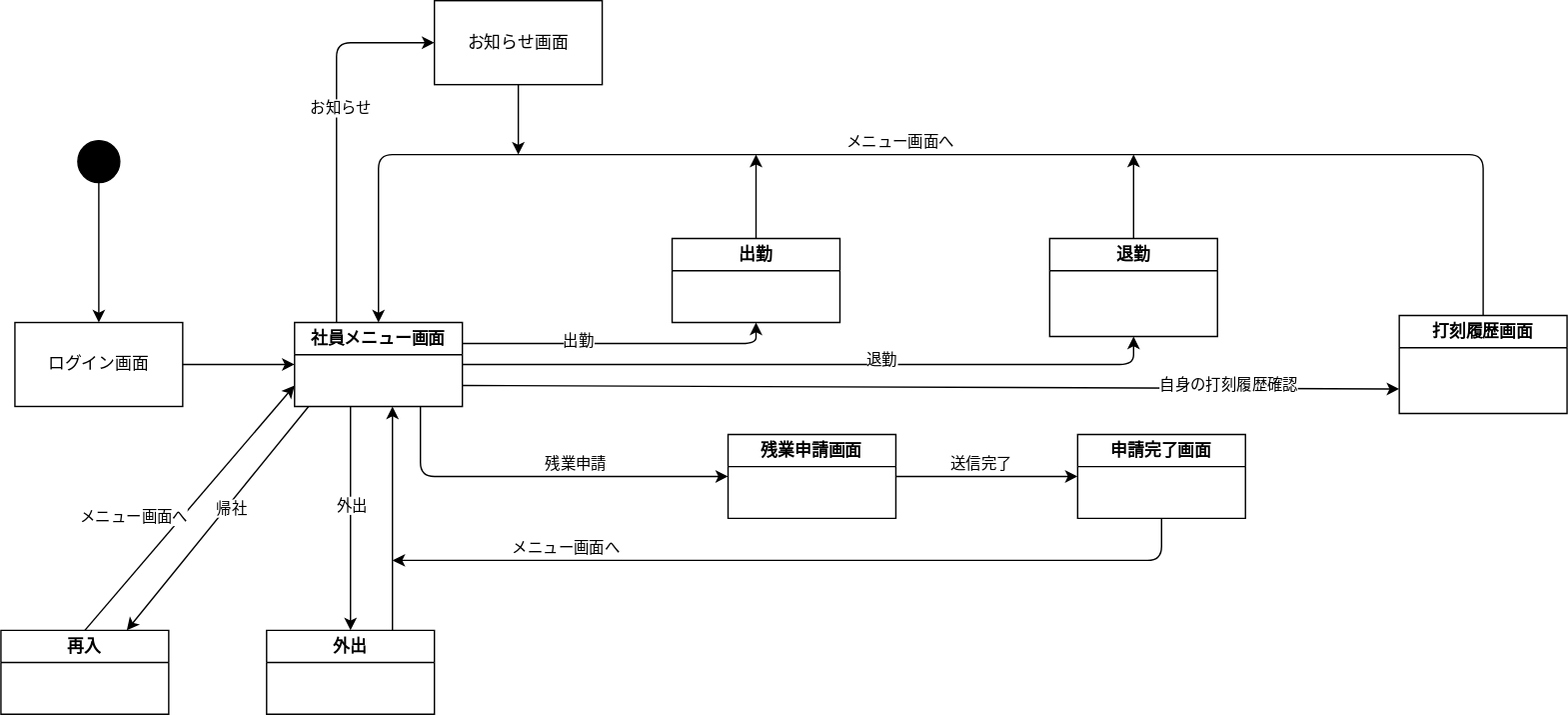
hosoya0503/uml-intro keeps this draw.io diagram as pro画面.drawio.svg. Above is the earlier version. Source tidied: cells renumbered, new cells last; positions are measured from the earlier drawing's top-left corner, leaving out a move shared by most shapes.
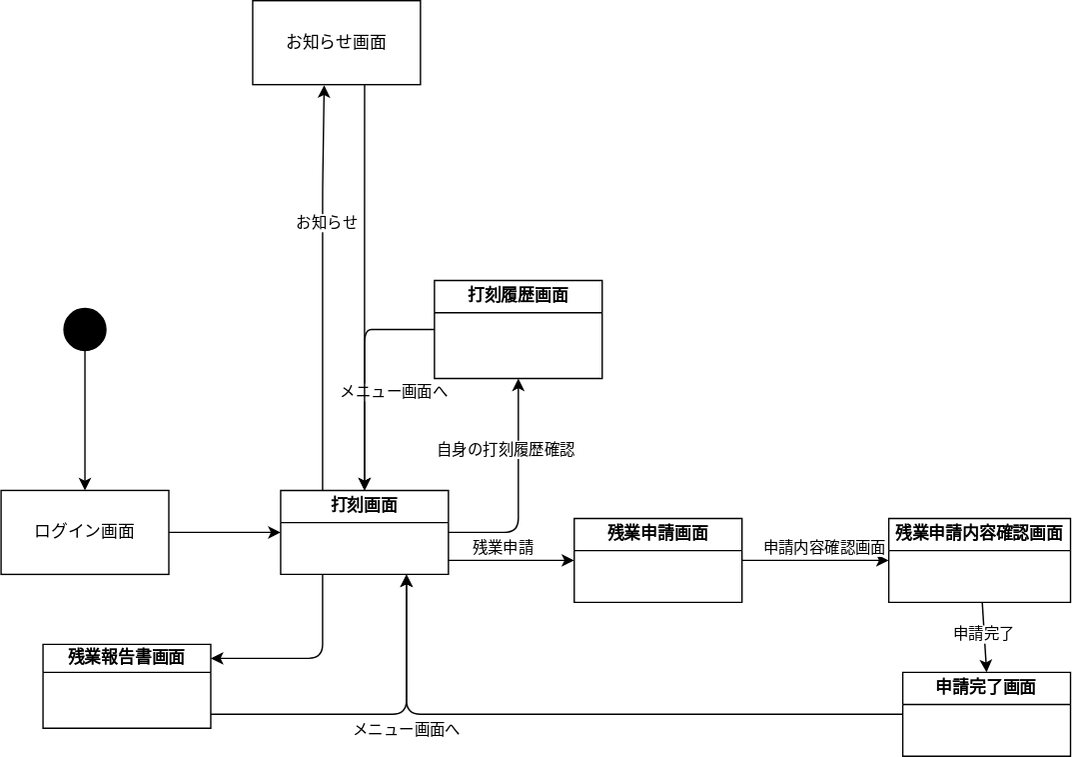
Above is the later version.

What changed in the source:
```diff
@@ -8,39 +8,21 @@
     <mxCell id="3" style="endArrow=classic;html=1;exitX=1;exitY=0.5;exitDx=0;exitDy=0;entryX=0;entryY=0.5;entryDx=0;entryDy=0;" parent="1" edge="1" source="2" target="38">
       <mxGeometry relative="1" as="geometry" />
     </mxCell>
-    <mxCell id="4" style="edgeStyle=none;html=1;exitX=1;exitY=0.25;exitDx=0;exitDy=0;entryX=0.5;entryY=1;entryDx=0;entryDy=0;" parent="1" edge="1" source="38" target="21">
-      <mxGeometry relative="1" as="geometry">
-        <Array as="points">
-          <mxPoint x="450" y="245" />
-          <mxPoint x="540" y="245" />
-        </Array>
-      </mxGeometry>
-    </mxCell>
-    <mxCell id="5" value="出勤" style="edgeLabel;html=1;align=center;verticalAlign=middle;" parent="4" vertex="1">
-      <mxGeometry x="-0.27" y="3" relative="1" as="geometry" />
-    </mxCell>
-    <mxCell id="6" style="edgeStyle=none;html=1;entryX=0.5;entryY=1;entryDx=0;entryDy=0;exitX=1;exitY=0.5;exitDx=0;exitDy=0;" parent="1" edge="1" source="38" target="20">
-      <mxGeometry relative="1" as="geometry">
-        <Array as="points">
-          <mxPoint x="600" y="260" />
-          <mxPoint x="810" y="260" />
-        </Array>
-      </mxGeometry>
-    </mxCell>
-    <mxCell id="7" value="退勤" style="edgeLabel;html=1;align=center;verticalAlign=middle;" parent="6" vertex="1">
-      <mxGeometry x="0.2" y="4" relative="1" as="geometry" />
-    </mxCell>
-    <mxCell id="8" style="edgeStyle=none;html=1;entryX=0;entryY=0.75;entryDx=0;entryDy=0;exitX=1;exitY=0.75;exitDx=0;exitDy=0;" parent="1" edge="1" source="38" target="22">
-      <mxGeometry relative="1" as="geometry" />
+    <mxCell id="8" style="edgeStyle=none;html=1;entryX=0.5;entryY=1;entryDx=0;entryDy=0;exitX=1;exitY=0.5;exitDx=0;exitDy=0;" parent="1" edge="1" source="38" target="22">
+      <mxGeometry relative="1" as="geometry">
+        <Array as="points">
+          <mxPoint x="380" y="260" />
+        </Array>
+      </mxGeometry>
     </mxCell>
     <mxCell id="9" value="自身の打刻履歴確認" style="edgeLabel;html=1;align=center;verticalAlign=middle;" parent="8" vertex="1">
-      <mxGeometry x="0.63" y="3" relative="1" as="geometry" />
+      <mxGeometry x="0.63" y="3" relative="1" as="geometry">
+        <mxPoint x="-7" y="20" as="offset" />
+      </mxGeometry>
     </mxCell>
-    <mxCell id="10" style="edgeStyle=none;html=1;entryX=0;entryY=0.5;entryDx=0;entryDy=0;exitX=0.75;exitY=1;exitDx=0;exitDy=0;" parent="1" edge="1" source="38" target="30">
+    <mxCell id="10" style="edgeStyle=none;html=1;entryX=0;entryY=0.5;entryDx=0;entryDy=0;" parent="1" edge="1" target="30">
       <mxGeometry relative="1" as="geometry">
-        <Array as="points">
-          <mxPoint x="300" y="340" />
-        </Array>
+        <mxPoint x="330" y="280" as="sourcePoint" />
       </mxGeometry>
     </mxCell>
     <mxCell id="11" value="残業申請" style="edgeLabel;html=1;align=center;verticalAlign=middle;" parent="10" vertex="1">
@@ -48,129 +30,108 @@
         <mxPoint x="-23" y="-10" as="offset" />
       </mxGeometry>
     </mxCell>
-    <mxCell id="12" style="edgeStyle=none;html=1;entryX=0.5;entryY=0;entryDx=0;entryDy=0;" parent="1" edge="1" target="24">
-      <mxGeometry relative="1" as="geometry">
-        <mxPoint x="250" y="290" as="sourcePoint" />
-      </mxGeometry>
-    </mxCell>
-    <mxCell id="13" value="外出" style="edgeLabel;html=1;align=center;verticalAlign=middle;" parent="12" vertex="1">
-      <mxGeometry x="-0.31" y="-2" relative="1" as="geometry">
-        <mxPoint x="2" y="15" as="offset" />
-      </mxGeometry>
-    </mxCell>
-    <mxCell id="14" style="edgeStyle=none;html=1;exitX=0.5;exitY=0;exitDx=0;exitDy=0;entryX=0.5;entryY=0;entryDx=0;entryDy=0;" parent="1" edge="1" source="22" target="38">
+    <mxCell id="14" style="edgeStyle=none;html=1;exitX=0;exitY=0.5;exitDx=0;exitDy=0;entryX=0.5;entryY=0;entryDx=0;entryDy=0;" parent="1" edge="1" source="22" target="38">
       <mxGeometry relative="1" as="geometry">
         <Array as="points">
-          <mxPoint x="1060" y="110" />
-          <mxPoint x="750" y="110" />
-          <mxPoint x="270" y="110" />
+          <mxPoint x="290" y="115" />
+          <mxPoint x="270" y="115" />
+          <mxPoint x="270" y="190" />
         </Array>
       </mxGeometry>
     </mxCell>
     <mxCell id="15" value="メニュー画面へ&lt;br&gt;" style="edgeLabel;html=1;align=center;verticalAlign=middle;" parent="14" vertex="1">
       <mxGeometry x="0.07" y="1" relative="1" as="geometry">
-        <mxPoint x="15" y="-11" as="offset" />
+        <mxPoint x="19" y="6" as="offset" />
       </mxGeometry>
     </mxCell>
-    <mxCell id="16" style="edgeStyle=none;html=1;exitX=0.5;exitY=0;exitDx=0;exitDy=0;" parent="1" edge="1" source="21">
-      <mxGeometry relative="1" as="geometry">
-        <mxPoint x="540" y="110" as="targetPoint" />
-      </mxGeometry>
-    </mxCell>
-    <mxCell id="17" style="edgeStyle=none;html=1;exitX=0.5;exitY=0;exitDx=0;exitDy=0;" parent="1" edge="1" source="20">
-      <mxGeometry relative="1" as="geometry">
-        <mxPoint x="810" y="110" as="targetPoint" />
-      </mxGeometry>
-    </mxCell>
     <mxCell id="18" style="edgeStyle=none;html=1;entryX=0.5;entryY=0;entryDx=0;entryDy=0;" parent="1" edge="1" source="19" target="2">
       <mxGeometry relative="1" as="geometry" />
     </mxCell>
     <mxCell id="19" style="ellipse;whiteSpace=wrap;html=1;fillColor=#000000;" parent="1" vertex="1">
       <mxGeometry x="55" y="100" width="30" height="30" as="geometry" />
     </mxCell>
-    <mxCell id="20" value="退勤" style="swimlane;whiteSpace=wrap;html=1;" parent="1" vertex="1">
-      <mxGeometry x="750" y="170" width="120" height="70" as="geometry" />
-    </mxCell>
-    <mxCell id="21" value="出勤" style="swimlane;whiteSpace=wrap;html=1;" parent="1" vertex="1">
-      <mxGeometry x="480" y="170" width="120" height="60" as="geometry" />
-    </mxCell>
     <mxCell id="22" value="打刻履歴画面" style="swimlane;whiteSpace=wrap;html=1;" parent="1" vertex="1">
-      <mxGeometry x="1000" y="225" width="120" height="70" as="geometry" />
+      <mxGeometry x="320" y="80" width="120" height="70" as="geometry" />
     </mxCell>
-    <mxCell id="23" style="edgeStyle=none;html=1;exitX=0.75;exitY=0;exitDx=0;exitDy=0;" parent="1" edge="1" source="24">
-      <mxGeometry relative="1" as="geometry">
-        <mxPoint x="280" y="290" as="targetPoint" />
-      </mxGeometry>
-    </mxCell>
-    <mxCell id="24" value="外出" style="swimlane;whiteSpace=wrap;html=1;startSize=23;" parent="1" vertex="1">
-      <mxGeometry x="190" y="450" width="120" height="60" as="geometry" />
-    </mxCell>
-    <mxCell id="25" style="edgeStyle=none;html=1;entryX=0;entryY=0.75;entryDx=0;entryDy=0;exitX=0.5;exitY=0;exitDx=0;exitDy=0;" parent="1" edge="1" source="27" target="38">
-      <mxGeometry relative="1" as="geometry" />
-    </mxCell>
-    <mxCell id="26" value="メニュー画面へ" style="edgeLabel;html=1;align=center;verticalAlign=middle;" parent="25" vertex="1">
-      <mxGeometry x="-0.2" y="2" relative="1" as="geometry">
-        <mxPoint x="-24" y="-10" as="offset" />
-      </mxGeometry>
-    </mxCell>
-    <mxCell id="27" value="再入" style="swimlane;whiteSpace=wrap;html=1;startSize=23;" parent="1" vertex="1">
-      <mxGeometry y="450" width="120" height="60" as="geometry" />
-    </mxCell>
-    <mxCell id="28" style="edgeStyle=none;html=1;entryX=0;entryY=0.5;entryDx=0;entryDy=0;" parent="1" edge="1" source="30" target="33">
-      <mxGeometry relative="1" as="geometry" />
-    </mxCell>
-    <mxCell id="29" value="送信完了" style="edgeLabel;html=1;align=center;verticalAlign=middle;" parent="28" vertex="1">
-      <mxGeometry x="0.46" y="-2" relative="1" as="geometry">
-        <mxPoint x="-35" y="-12" as="offset" />
-      </mxGeometry>
-    </mxCell>
+    <mxCell id="41" style="edgeStyle=none;html=1;entryX=0;entryY=0.5;entryDx=0;entryDy=0;" parent="1" edge="1" source="30" target="48">
+      <mxGeometry relative="1" as="geometry" />
+    </mxCell>
+    <mxCell id="42" value="申請内容確認画面" style="edgeLabel;html=1;align=center;verticalAlign=middle;" parent="41" vertex="1">
+      <mxGeometry x="-0.36" relative="1" as="geometry">
+        <mxPoint x="24" y="-10" as="offset" />
+      </mxGeometry>
+    </mxCell>
     <mxCell id="30" value="残業申請画面" style="swimlane;whiteSpace=wrap;html=1;" parent="1" vertex="1">
-      <mxGeometry x="520" y="310" width="120" height="60" as="geometry" />
+      <mxGeometry x="420" y="250" width="120" height="60" as="geometry" />
     </mxCell>
-    <mxCell id="31" style="edgeStyle=none;html=1;" parent="1" edge="1" source="33">
-      <mxGeometry relative="1" as="geometry">
-        <mxPoint x="280" y="400" as="targetPoint" />
-        <Array as="points">
-          <mxPoint x="830" y="400" />
-        </Array>
-      </mxGeometry>
-    </mxCell>
-    <mxCell id="32" value="メニュー画面へ" style="edgeLabel;html=1;align=center;verticalAlign=middle;" parent="31" vertex="1">
-      <mxGeometry x="0.57" relative="1" as="geometry">
-        <mxPoint y="-10" as="offset" />
-      </mxGeometry>
-    </mxCell>
+    <mxCell id="43" style="edgeStyle=none;html=1;entryX=0.75;entryY=1;entryDx=0;entryDy=0;" parent="1" edge="1" source="33" target="38">
+      <mxGeometry relative="1" as="geometry">
+        <Array as="points">
+          <mxPoint x="300" y="390" />
+        </Array>
+      </mxGeometry>
+    </mxCell>
+    <mxCell id="44" value="メニュー画面へ" style="edgeLabel;html=1;align=center;verticalAlign=middle;" parent="43" vertex="1">
+      <mxGeometry x="-0.07" y="4" relative="1" as="geometry">
+        <mxPoint x="-144" y="6" as="offset" />
+      </mxGeometry>
+    </mxCell>
-    <mxCell id="33" value="申請完了画面" style="swimlane;whiteSpace=wrap;html=1;" parent="1" vertex="1">
-      <mxGeometry x="770" y="310" width="120" height="60" as="geometry" />
+    <mxCell id="33" value="申請完了画面" style="swimlane;whiteSpace=wrap;html=1;startSize=23;" parent="1" vertex="1">
+      <mxGeometry x="655" y="360" width="120" height="60" as="geometry" />
     </mxCell>
-    <mxCell id="34" style="edgeStyle=none;html=1;entryX=0.75;entryY=0;entryDx=0;entryDy=0;" parent="1" edge="1" target="27">
-      <mxGeometry relative="1" as="geometry">
-        <mxPoint x="220" y="290" as="sourcePoint" />
-      </mxGeometry>
-    </mxCell>
-    <mxCell id="35" value="帰社" style="edgeLabel;html=1;align=center;verticalAlign=middle;" parent="34" vertex="1">
-      <mxGeometry x="-0.12" y="3" relative="1" as="geometry" />
-    </mxCell>
-    <mxCell id="36" style="edgeStyle=none;html=1;exitX=0.25;exitY=0;exitDx=0;exitDy=0;entryX=0;entryY=0.5;entryDx=0;entryDy=0;" parent="1" edge="1" source="38" target="40">
+    <mxCell id="36" style="edgeStyle=none;html=1;exitX=0.25;exitY=0;exitDx=0;exitDy=0;entryX=0.426;entryY=1.006;entryDx=0;entryDy=0;entryPerimeter=0;" parent="1" edge="1" source="38" target="40">
       <mxGeometry relative="1" as="geometry">
         <Array as="points">
-          <mxPoint x="240" y="30" />
+          <mxPoint x="240" y="15" />
         </Array>
       </mxGeometry>
     </mxCell>
     <mxCell id="37" value="お知らせ" style="edgeLabel;html=1;align=center;verticalAlign=middle;" parent="36" vertex="1">
-      <mxGeometry x="0.14" y="-2" relative="1" as="geometry" />
+      <mxGeometry x="0.14" y="-2" relative="1" as="geometry">
+        <mxPoint y="-27" as="offset" />
+      </mxGeometry>
     </mxCell>
+    <mxCell id="45" style="edgeStyle=none;html=1;exitX=0.25;exitY=1;exitDx=0;exitDy=0;entryX=1;entryY=0.167;entryDx=0;entryDy=0;entryPerimeter=0;" parent="1" edge="1" source="38" target="50">
+      <mxGeometry relative="1" as="geometry">
+        <Array as="points">
+          <mxPoint x="240" y="350" />
+        </Array>
+      </mxGeometry>
+    </mxCell>
-    <mxCell id="38" value="社員メニュー画面" style="swimlane;whiteSpace=wrap;html=1;" parent="1" vertex="1">
+    <mxCell id="38" value="打刻画面" style="swimlane;whiteSpace=wrap;html=1;" parent="1" vertex="1">
       <mxGeometry x="210" y="230" width="120" height="60" as="geometry" />
     </mxCell>
-    <mxCell id="39" style="edgeStyle=none;html=1;" parent="1" edge="1" source="40">
+    <mxCell id="39" style="edgeStyle=none;html=1;entryX=0.5;entryY=0;entryDx=0;entryDy=0;exitX=0.667;exitY=1;exitDx=0;exitDy=0;exitPerimeter=0;" parent="1" edge="1" source="40" target="38">
       <mxGeometry relative="1" as="geometry">
-        <mxPoint x="370" y="110" as="targetPoint" />
+        <Array as="points">
+          <mxPoint x="270" y="50" />
+        </Array>
       </mxGeometry>
     </mxCell>
     <mxCell id="40" value="お知らせ画面" style="rounded=0;whiteSpace=wrap;html=1;" parent="1" vertex="1">
-      <mxGeometry x="310" width="120" height="60" as="geometry" />
+      <mxGeometry x="190" y="-120" width="120" height="60" as="geometry" />
     </mxCell>
+    <mxCell id="46" style="edgeStyle=none;html=1;entryX=0.5;entryY=0;entryDx=0;entryDy=0;" parent="1" edge="1" source="48" target="33">
+      <mxGeometry relative="1" as="geometry" />
+    </mxCell>
+    <mxCell id="47" value="申請完了" style="edgeLabel;html=1;align=center;verticalAlign=middle;" parent="46" vertex="1">
+      <mxGeometry x="-0.48" y="3" relative="1" as="geometry">
+        <mxPoint x="-3" y="10" as="offset" />
+      </mxGeometry>
+    </mxCell>
+    <mxCell id="48" value="残業申請内容確認画面" style="swimlane;whiteSpace=wrap;html=1;" parent="1" vertex="1">
+      <mxGeometry x="645" y="250" width="130" height="60" as="geometry" />
+    </mxCell>
+    <mxCell id="49" style="edgeStyle=none;html=1;entryX=0.75;entryY=1;entryDx=0;entryDy=0;" parent="1" edge="1" target="38">
+      <mxGeometry relative="1" as="geometry">
+        <mxPoint x="160" y="390" as="sourcePoint" />
+        <Array as="points">
+          <mxPoint x="300" y="390" />
+        </Array>
+      </mxGeometry>
+    </mxCell>
+    <mxCell id="50" value="残業報告書画面" style="swimlane;whiteSpace=wrap;html=1;startSize=20;" parent="1" vertex="1">
+      <mxGeometry x="40" y="340" width="120" height="60" as="geometry" />
+    </mxCell>
   </root>
 </mxGraphModel>
```
